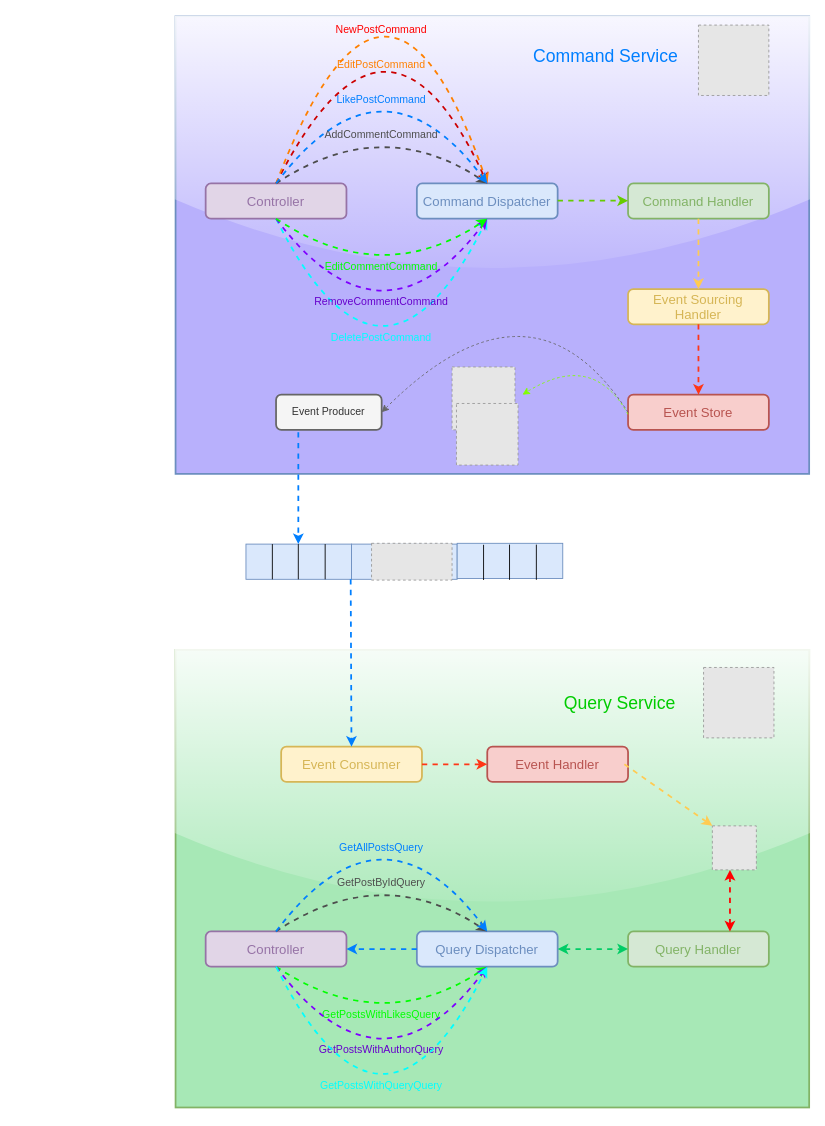
Earlier version of the draw.io diagram page "FlowDiagram" (2 of 3) of Images/Diagrams.drawio (OxyProgrammer/cqrs-plus). Source tidied: cells renumbered, new cells numbered last; positions are measured from the earlier drawing's top-left corner, leaving out a move shared by most shapes. Both pictures are drawn from the tidied source at 88%, with x=0, y=0 at pixel (175, -107). Pictures stored in the file or linked from it are replaced by grey dashed boxes.
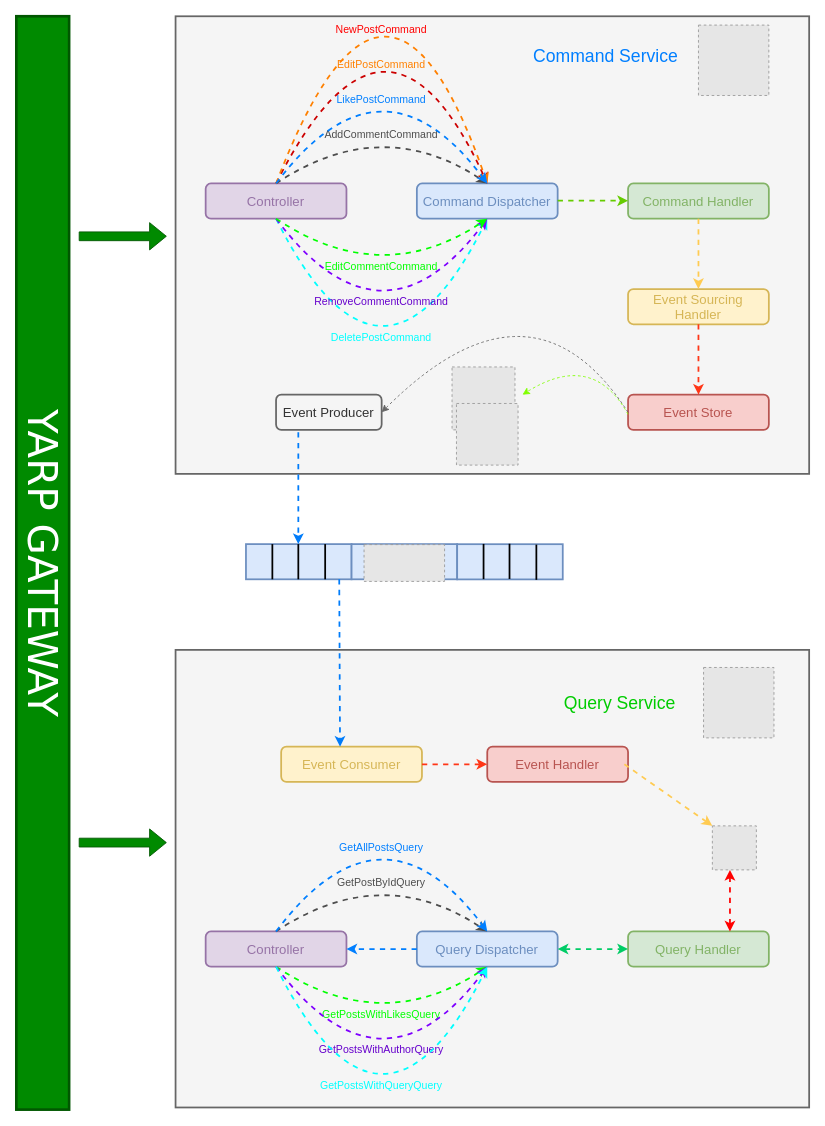
The same page after the edit.

Unchanged cells that the change refers to:
```xml
<mxCell id="39" value="&lt;font color=&quot;#d6b656&quot; style=&quot;font-size: 15px;&quot;&gt;Event Consumer&lt;/font&gt;" style="rounded=1;whiteSpace=wrap;html=1;fillColor=#fff2cc;strokeColor=#d6b656;strokeWidth=2;" parent="1" vertex="1">
  <mxGeometry x="120" y="970" width="160" height="40" as="geometry" />
</mxCell>
```

Diff of the diagram source:
```diff
@@
-    <mxCell id="2" style="rounded=0;whiteSpace=wrap;html=1;fillColor=#dae8fc;strokeColor=#6c8ebf;" parent="1" vertex="1">
+    <mxCell id="2" style="rounded=0;whiteSpace=wrap;html=1;fillColor=#dae8fc;strokeColor=#6c8ebf;strokeWidth=2;" parent="1" vertex="1">
       <mxGeometry x="80" y="739.8" width="120" height="40" as="geometry" />
     </mxCell>
-    <mxCell id="3" style="endArrow=none;html=1;rounded=0;entryX=0.25;entryY=0;entryDx=0;entryDy=0;exitX=0.25;exitY=1;exitDx=0;exitDy=0;" parent="1" edge="1" source="2" target="2">
+    <mxCell id="3" style="endArrow=none;html=1;rounded=0;entryX=0.25;entryY=0;entryDx=0;entryDy=0;exitX=0.25;exitY=1;exitDx=0;exitDy=0;strokeWidth=2;" parent="1" edge="1" source="2" target="2">
       <mxGeometry relative="1" as="geometry" />
     </mxCell>
-    <mxCell id="4" style="endArrow=none;html=1;rounded=0;entryX=0.25;entryY=0;entryDx=0;entryDy=0;exitX=0.25;exitY=1;exitDx=0;exitDy=0;" parent="1" edge="1">
+    <mxCell id="4" style="endArrow=none;html=1;rounded=0;entryX=0.25;entryY=0;entryDx=0;entryDy=0;exitX=0.25;exitY=1;exitDx=0;exitDy=0;strokeWidth=2;" parent="1" edge="1">
       <mxGeometry relative="1" as="geometry">
         <mxPoint x="139.5" y="779.8" as="sourcePoint" />
         <mxPoint x="139.5" y="739.8" as="targetPoint" />
       </mxGeometry>
     </mxCell>
-    <mxCell id="5" style="endArrow=none;html=1;rounded=0;entryX=0.25;entryY=0;entryDx=0;entryDy=0;exitX=0.25;exitY=1;exitDx=0;exitDy=0;" parent="1" edge="1">
+    <mxCell id="5" style="endArrow=none;html=1;rounded=0;entryX=0.25;entryY=0;entryDx=0;entryDy=0;exitX=0.25;exitY=1;exitDx=0;exitDy=0;strokeWidth=2;" parent="1" edge="1">
       <mxGeometry relative="1" as="geometry">
         <mxPoint x="170" y="779.8" as="sourcePoint" />
         <mxPoint x="170" y="739.8" as="targetPoint" />
       </mxGeometry>
     </mxCell>
-    <mxCell id="6" style="rounded=0;whiteSpace=wrap;html=1;fillColor=#dae8fc;strokeColor=#6c8ebf;" parent="1" vertex="1">
+    <mxCell id="6" style="rounded=0;whiteSpace=wrap;html=1;fillColor=#dae8fc;strokeColor=#6c8ebf;strokeWidth=2;" parent="1" vertex="1">
       <mxGeometry x="200" y="739.8" width="120" height="40" as="geometry" />
     </mxCell>
-    <mxCell id="7" style="rounded=0;whiteSpace=wrap;html=1;fillColor=#B8B0FC;strokeColor=#6C8EBF;gradientColor=none;gradientDirection=radial;strokeWidth=2;glass=1;shadow=0;" parent="1" vertex="1">
+    <mxCell id="7" style="rounded=0;whiteSpace=wrap;html=1;fillColor=#f5f5f5;strokeColor=#666666;gradientDirection=radial;strokeWidth=2;glass=0;shadow=0;fontColor=#333333;" parent="1" vertex="1">
       <mxGeometry y="140" width="720" height="520" as="geometry" />
     </mxCell>
@@
-    <mxCell id="13" value="Event Producer" style="rounded=1;whiteSpace=wrap;html=1;fillColor=#f5f5f5;fontColor=#333333;strokeColor=#666666;strokeWidth=2;" parent="1" vertex="1">
+    <mxCell id="13" value="&lt;font style=&quot;font-size: 15px;&quot;&gt;Event Producer&lt;/font&gt;" style="rounded=1;whiteSpace=wrap;html=1;fillColor=#f5f5f5;fontColor=#333333;strokeColor=#666666;strokeWidth=2;" parent="1" vertex="1">
       <mxGeometry x="114.2" y="570" width="120" height="40" as="geometry" />
     </mxCell>
@@
-    <mxCell id="34" style="endArrow=classic;html=1;rounded=0;dashed=1;fontColor=#330000;strokeColor=#007FFF;strokeWidth=2;" parent="1" edge="1">
+    <mxCell id="34" style="endArrow=classic;html=1;rounded=0;dashed=1;fontColor=#330000;strokeColor=#007CFA;strokeWidth=2;" parent="1" edge="1">
       <mxGeometry relative="1" as="geometry">
         <mxPoint x="139.5" y="612.8" as="sourcePoint" />
         <mxPoint x="139.5" y="739.8" as="targetPoint" />
       </mxGeometry>
     </mxCell>
@@
-    <mxCell id="37" style="rounded=0;whiteSpace=wrap;html=1;fillColor=#A7E8B6;strokeColor=#82b366;gradientColor=none;strokeWidth=2;glass=1;" parent="1" vertex="1">
+    <mxCell id="37" style="rounded=0;whiteSpace=wrap;html=1;fillColor=#f5f5f5;strokeColor=#666666;strokeWidth=2;glass=0;fontColor=#333333;" parent="1" vertex="1">
       <mxGeometry y="860" width="720" height="520" as="geometry" />
     </mxCell>
@@
-    <mxCell id="40" style="endArrow=classic;html=1;rounded=0;dashed=1;strokeColor=#007FFF;strokeWidth=2;" parent="1" edge="1" target="39">
+    <mxCell id="40" style="endArrow=classic;html=1;rounded=0;dashed=1;strokeColor=#007CFA;strokeWidth=2;" parent="1" edge="1">
       <mxGeometry relative="1" as="geometry">
-        <mxPoint x="199" y="779.8" as="sourcePoint" />
+        <mxPoint x="186" y="779.8" as="sourcePoint" />
+        <mxPoint x="186.9" y="970" as="targetPoint" />
       </mxGeometry>
     </mxCell>
@@
     <mxCell id="63" style="fillColor=#E6E6E6;strokeColor=#999999;dashed=1;verticalLabelPosition=bottom;labelBackgroundColor=default;verticalAlign=top;" parent="1" vertex="1">
-      <mxGeometry x="222.7" y="738.9" width="91.5" height="41.8" as="geometry" />
+      <mxGeometry x="214.2" y="740.4" width="91.5" height="41.8" as="geometry" />
     </mxCell>
-    <mxCell id="64" style="rounded=0;whiteSpace=wrap;html=1;fillColor=#dae8fc;strokeColor=#6c8ebf;" parent="1" vertex="1">
-      <mxGeometry x="320" y="738.9" width="120" height="40" as="geometry" />
+    <mxCell id="64" style="rounded=0;whiteSpace=wrap;html=1;fillColor=#dae8fc;strokeColor=#6c8ebf;strokeWidth=2;" parent="1" vertex="1">
+      <mxGeometry x="320" y="739.9" width="120" height="40" as="geometry" />
     </mxCell>
-    <mxCell id="65" style="endArrow=none;html=1;rounded=0;entryX=0.25;entryY=0;entryDx=0;entryDy=0;exitX=0.25;exitY=1;exitDx=0;exitDy=0;" parent="1" edge="1">
+    <mxCell id="65" style="endArrow=none;html=1;rounded=0;entryX=0.25;entryY=0;entryDx=0;entryDy=0;exitX=0.25;exitY=1;exitDx=0;exitDy=0;strokeWidth=2;" parent="1" edge="1">
       <mxGeometry relative="1" as="geometry">
-        <mxPoint x="350" y="780.6" as="sourcePoint" />
-        <mxPoint x="350" y="740.6" as="targetPoint" />
+        <mxPoint x="350" y="779.6" as="sourcePoint" />
+        <mxPoint x="350" y="739.6" as="targetPoint" />
       </mxGeometry>
     </mxCell>
-    <mxCell id="66" style="endArrow=none;html=1;rounded=0;entryX=0.25;entryY=0;entryDx=0;entryDy=0;exitX=0.25;exitY=1;exitDx=0;exitDy=0;" parent="1" edge="1">
+    <mxCell id="66" style="endArrow=none;html=1;rounded=0;entryX=0.25;entryY=0;entryDx=0;entryDy=0;exitX=0.25;exitY=1;exitDx=0;exitDy=0;strokeWidth=2;" parent="1" edge="1">
       <mxGeometry relative="1" as="geometry">
-        <mxPoint x="379.5" y="780.4" as="sourcePoint" />
-        <mxPoint x="379.5" y="740.4" as="targetPoint" />
+        <mxPoint x="379.5" y="779.4" as="sourcePoint" />
+        <mxPoint x="379.5" y="739.4" as="targetPoint" />
       </mxGeometry>
     </mxCell>
-    <mxCell id="67" style="endArrow=none;html=1;rounded=0;entryX=0.25;entryY=0;entryDx=0;entryDy=0;exitX=0.25;exitY=1;exitDx=0;exitDy=0;" parent="1" edge="1">
+    <mxCell id="67" style="endArrow=none;html=1;rounded=0;entryX=0.25;entryY=0;entryDx=0;entryDy=0;exitX=0.25;exitY=1;exitDx=0;exitDy=0;strokeWidth=2;" parent="1" edge="1">
       <mxGeometry relative="1" as="geometry">
         <mxPoint x="410" y="780.4" as="sourcePoint" />
         <mxPoint x="410" y="740.4" as="targetPoint" />
       </mxGeometry>
     </mxCell>
+    <mxCell id="68" value="&lt;font face=&quot;Verdana&quot; style=&quot;font-size: 46px;&quot;&gt;YARP GATEWAY&lt;/font&gt;" style="rounded=0;whiteSpace=wrap;html=1;fillColor=#008a00;fontColor=#ffffff;strokeColor=#005700;rotation=90;strokeWidth=3;" parent="1" vertex="1">
+      <mxGeometry x="-772.2" y="731.2" width="1242.5" height="60" as="geometry" />
+    </mxCell>
+    <mxCell id="69" style="shape=flexArrow;endArrow=classic;html=1;rounded=0;fillColor=#008a00;strokeColor=#005700;" parent="1" edge="1">
+      <mxGeometry relative="1" as="geometry">
+        <mxPoint x="-110" y="390" as="sourcePoint" />
+        <mxPoint x="-10" y="390" as="targetPoint" />
+      </mxGeometry>
+    </mxCell>
+    <mxCell id="70" style="shape=flexArrow;endArrow=classic;html=1;rounded=0;fillColor=#008a00;strokeColor=#005700;" parent="1" edge="1">
+      <mxGeometry relative="1" as="geometry">
+        <mxPoint x="-110" y="1079" as="sourcePoint" />
+        <mxPoint x="-10" y="1079" as="targetPoint" />
+      </mxGeometry>
+    </mxCell>
```
